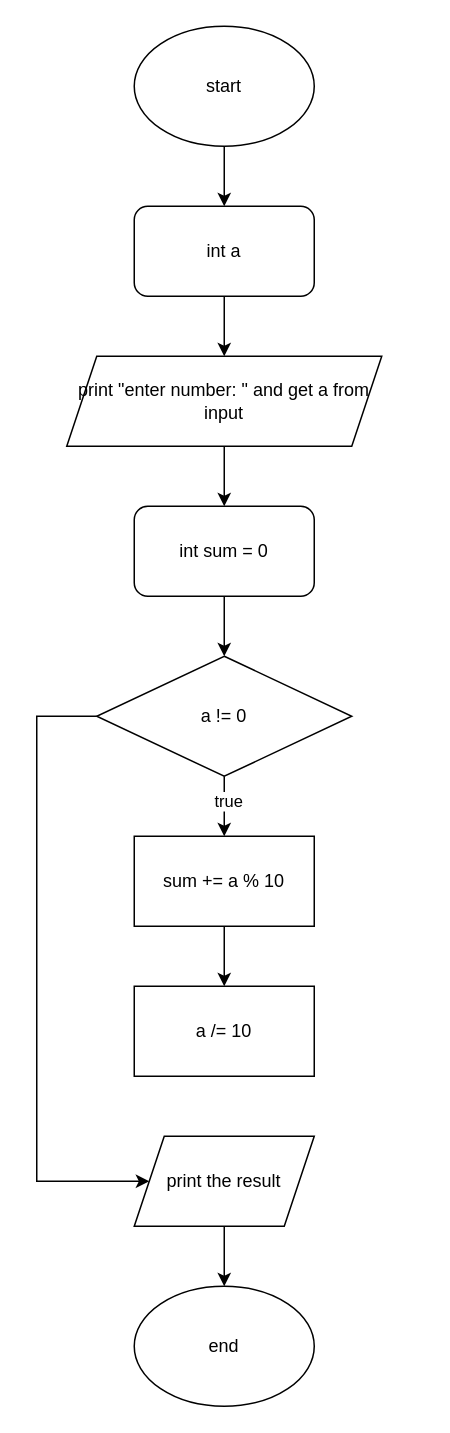
Before: ai_13/makar_kuznietsov/epic_7/code/vns_practice_work_4_task_makar_kuznietsov.drawio in artificial-intelligence-department/ai_programming_playground_2024, a draw.io diagram. Source tidied: cells renumbered, new cells numbered last; positions are measured from the earlier drawing's top-left corner, leaving out a move shared by most shapes. Both pictures are drawn from the tidied source at 150%, with x=0, y=0 at pixel (36, 26).
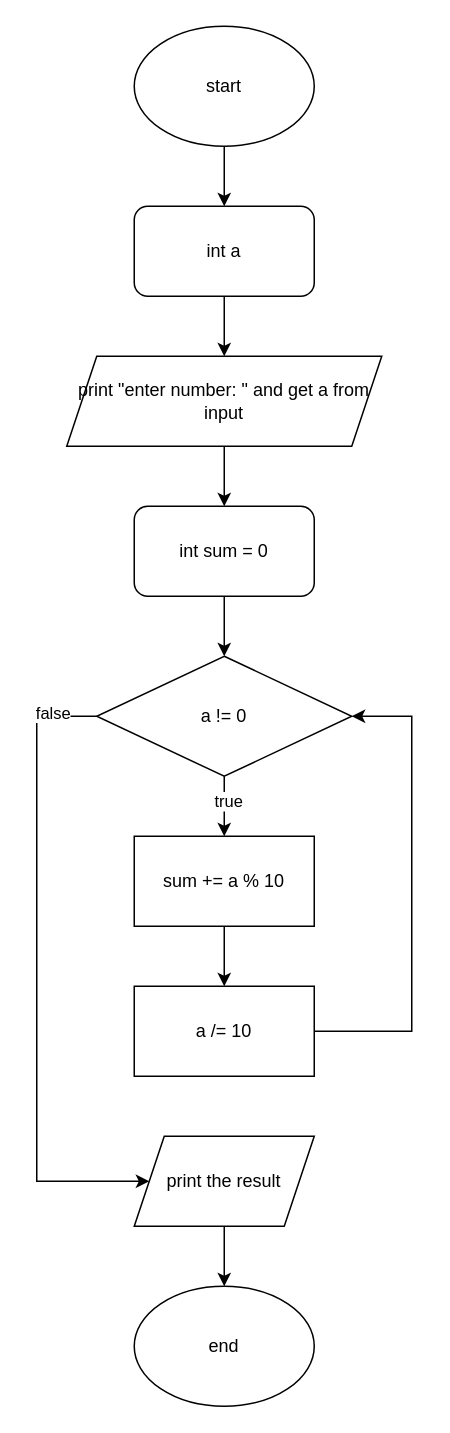
The same page after the edit.

The change refers to these unchanged cells:
```xml
<mxCell id="12" style="edgeStyle=orthogonalEdgeStyle;rounded=0;jettySize=auto;html=1;entryX=0;entryY=0.5;entryDx=0;entryDy=0;" parent="1" edge="1" source="13" target="18">
  <mxGeometry relative="1" as="geometry">
    <Array as="points">
      <mxPoint y="460" />
      <mxPoint y="770" />
    </Array>
  </mxGeometry>
</mxCell>
<mxCell id="13" value="a != 0" style="rhombus;whiteSpace=wrap;html=1;" parent="1" vertex="1">
  <mxGeometry x="40" y="420" width="170" height="80" as="geometry" />
</mxCell>
<mxCell id="16" value="a /= 10" style="rounded=0;whiteSpace=wrap;html=1;" parent="1" vertex="1">
  <mxGeometry x="65" y="640" width="120" height="60" as="geometry" />
</mxCell>
```

What changed in the source:
```diff
@@
+    <mxCell id="20" value="false" style="edgeLabel;html=1;align=center;verticalAlign=middle;" parent="12" vertex="1">
+      <mxGeometry x="-0.86" y="-3" relative="1" as="geometry" />
+    </mxCell>
@@
+    <mxCell id="21" style="edgeStyle=orthogonalEdgeStyle;rounded=0;jettySize=auto;html=1;entryX=1;entryY=0.5;entryDx=0;entryDy=0;" parent="1" edge="1" source="16" target="13">
+      <mxGeometry relative="1" as="geometry">
+        <Array as="points">
+          <mxPoint x="250" y="670" />
+          <mxPoint x="250" y="460" />
+        </Array>
+      </mxGeometry>
+    </mxCell>
```
